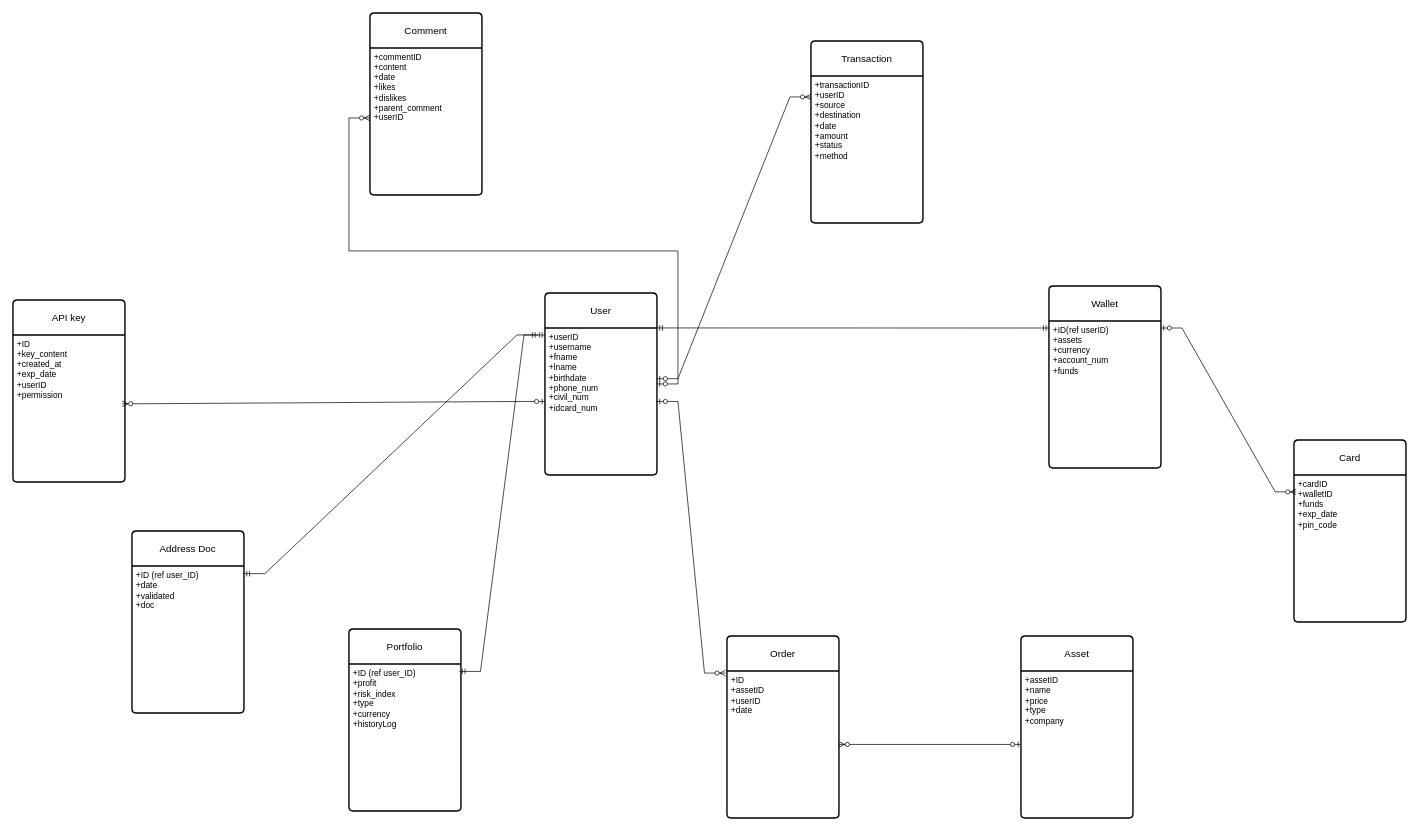
This is Логически модел.drawio from ThEMueA/dataModeling, a draw.io file, before an edit. Source tidied: cells renumbered, new cells numbered last; positions are measured from the earlier drawing's top-left corner, leaving out a move shared by most shapes. Both pictures are drawn from the tidied source at 70%, with x=0, y=0 at pixel (13, 13).
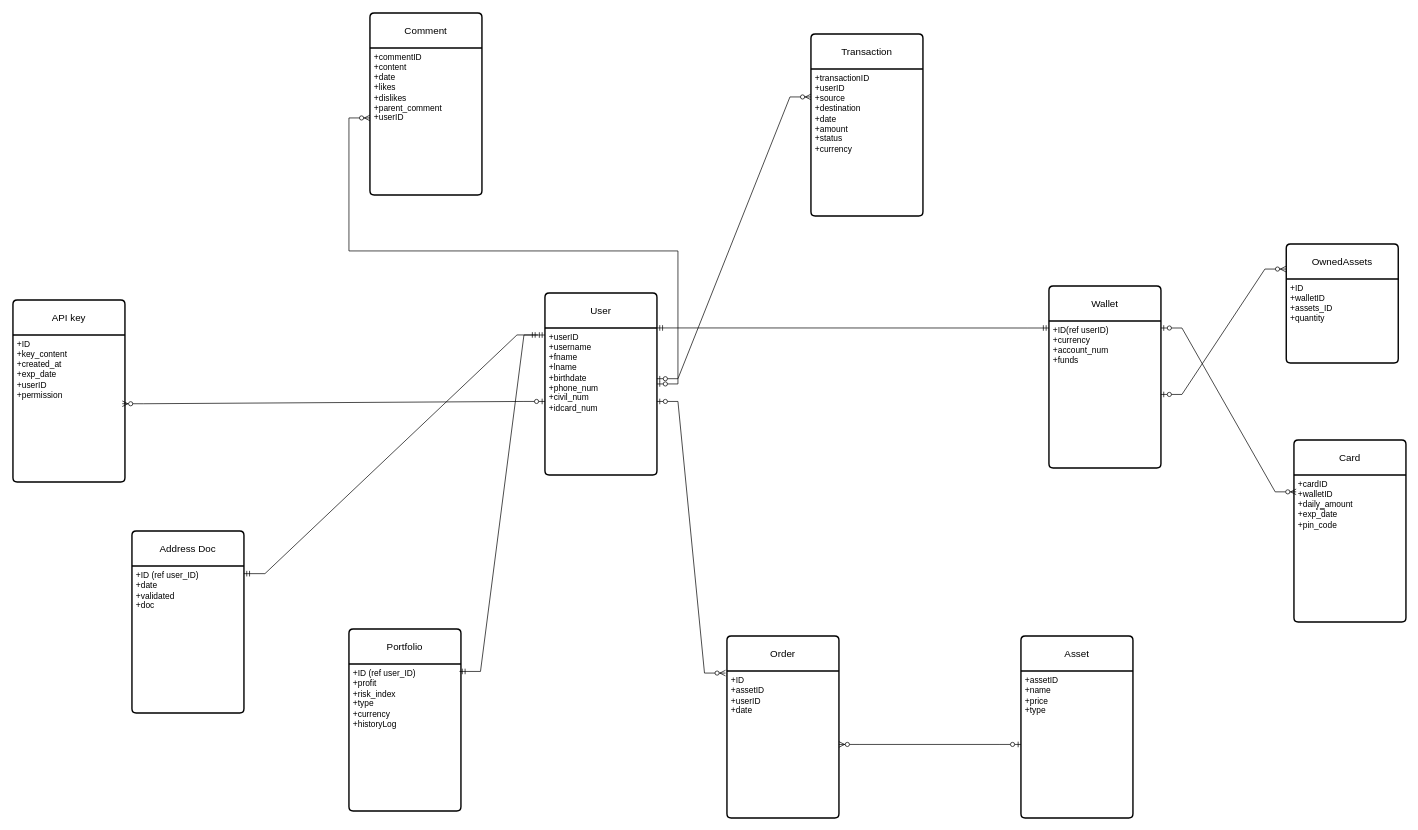
After the change.

The change refers to these unchanged cells:
```xml
<mxCell id="4" value="Wallet" style="swimlane;horizontal=1;startSize=50;rounded=1;fontSize=14;fontStyle=0;strokeWidth=2;shadow=0;dashed=0;align=center;arcSize=4;whiteSpace=wrap;html=1;" parent="1" vertex="1">
  <mxGeometry x="1480" y="390" width="160" height="260" as="geometry" />
</mxCell>
<mxCell id="10" value="Card" style="swimlane;horizontal=1;startSize=50;rounded=1;fontSize=14;fontStyle=0;strokeWidth=2;shadow=0;dashed=0;align=center;arcSize=4;whiteSpace=wrap;html=1;" parent="1" vertex="1">
  <mxGeometry x="1830" y="610" width="160" height="260" as="geometry" />
</mxCell>
<mxCell id="12" value="Asset" style="swimlane;horizontal=1;startSize=50;rounded=1;fontSize=14;fontStyle=0;strokeWidth=2;shadow=0;dashed=0;align=center;arcSize=4;whiteSpace=wrap;html=1;" parent="1" vertex="1">
  <mxGeometry x="1440" y="890" width="160" height="260" as="geometry" />
</mxCell>
```

What changed in the source:
```diff
@@
-    <mxCell id="5" value="+ID(ref userID)&lt;div&gt;+assets&lt;br&gt;+currency&lt;/div&gt;&lt;div&gt;+account_num&lt;/div&gt;&lt;div&gt;+funds&lt;br&gt;&lt;div&gt;&lt;br&gt;&lt;/div&gt;&lt;/div&gt;" style="align=left;strokeColor=none;fillColor=none;spacingLeft=4;spacingRight=4;fontSize=12;verticalAlign=top;html=1;whiteSpace=wrap;" parent="4" vertex="1">
+    <mxCell id="5" value="+ID(ref userID)&lt;div&gt;+currency&lt;/div&gt;&lt;div&gt;+account_num&lt;/div&gt;&lt;div&gt;+funds&lt;br&gt;&lt;div&gt;&lt;br&gt;&lt;/div&gt;&lt;/div&gt;" style="align=left;strokeColor=none;fillColor=none;spacingLeft=4;spacingRight=4;fontSize=12;verticalAlign=top;html=1;whiteSpace=wrap;" parent="4" vertex="1">
       <mxGeometry y="50" width="160" height="210" as="geometry" />
     </mxCell>
@@
-    <mxCell id="11" value="+cardID&lt;br&gt;+walletID&lt;div&gt;+funds&lt;/div&gt;&lt;div&gt;+exp_date&lt;/div&gt;&lt;div&gt;+pin_code&lt;br&gt;&lt;div&gt;&lt;br&gt;&lt;/div&gt;&lt;/div&gt;" style="align=left;strokeColor=none;fillColor=none;spacingLeft=4;spacingRight=4;fontSize=12;verticalAlign=top;html=1;whiteSpace=wrap;" parent="10" vertex="1">
+    <mxCell id="11" value="+cardID&lt;br&gt;+walletID&lt;div&gt;+daily_amount&lt;br&gt;&lt;div&gt;&lt;div&gt;+exp_date&lt;/div&gt;&lt;div&gt;+pin_code&lt;br&gt;&lt;div&gt;&lt;br&gt;&lt;/div&gt;&lt;/div&gt;&lt;/div&gt;&lt;/div&gt;" style="align=left;strokeColor=none;fillColor=none;spacingLeft=4;spacingRight=4;fontSize=12;verticalAlign=top;html=1;whiteSpace=wrap;" parent="10" vertex="1">
       <mxGeometry y="50" width="160" height="210" as="geometry" />
     </mxCell>
@@
-    <mxCell id="13" value="+assetID&lt;br&gt;+name&lt;br&gt;+price&lt;div&gt;+type&lt;/div&gt;&lt;div&gt;+company&lt;/div&gt;&lt;div&gt;&lt;br&gt;&lt;div&gt;&lt;br&gt;&lt;/div&gt;&lt;/div&gt;" style="align=left;strokeColor=none;fillColor=none;spacingLeft=4;spacingRight=4;fontSize=12;verticalAlign=top;html=1;whiteSpace=wrap;" parent="12" vertex="1">
+    <mxCell id="13" value="+assetID&lt;br&gt;+name&lt;br&gt;+price&lt;div&gt;+type&lt;/div&gt;&lt;div&gt;&lt;br&gt;&lt;/div&gt;&lt;div&gt;&lt;br&gt;&lt;div&gt;&lt;br&gt;&lt;/div&gt;&lt;/div&gt;" style="align=left;strokeColor=none;fillColor=none;spacingLeft=4;spacingRight=4;fontSize=12;verticalAlign=top;html=1;whiteSpace=wrap;" parent="12" vertex="1">
       <mxGeometry y="50" width="160" height="210" as="geometry" />
     </mxCell>
@@
     <mxCell id="16" value="Transaction" style="swimlane;horizontal=1;startSize=50;rounded=1;fontSize=14;fontStyle=0;strokeWidth=2;shadow=0;dashed=0;align=center;arcSize=4;whiteSpace=wrap;html=1;" parent="1" vertex="1">
-      <mxGeometry x="1140" y="40" width="160" height="260" as="geometry" />
+      <mxGeometry x="1140" y="30" width="160" height="260" as="geometry" />
     </mxCell>
-    <mxCell id="17" value="+transactionID&lt;br&gt;+userID&lt;div&gt;+source&lt;br&gt;+destination&lt;div&gt;+date&lt;/div&gt;&lt;div&gt;+amount&lt;/div&gt;&lt;div&gt;+status&lt;/div&gt;&lt;div&gt;+method&lt;br&gt;&lt;div&gt;&lt;br&gt;&lt;/div&gt;&lt;/div&gt;&lt;/div&gt;" style="align=left;strokeColor=none;fillColor=none;spacingLeft=4;spacingRight=4;fontSize=12;verticalAlign=top;html=1;whiteSpace=wrap;" parent="16" vertex="1">
+    <mxCell id="17" value="+transactionID&lt;br&gt;+userID&lt;div&gt;+source&lt;br&gt;+destination&lt;div&gt;+date&lt;/div&gt;&lt;div&gt;+amount&lt;/div&gt;&lt;div&gt;+status&lt;/div&gt;&lt;div&gt;+currency&lt;br&gt;&lt;div&gt;&lt;br&gt;&lt;/div&gt;&lt;/div&gt;&lt;/div&gt;" style="align=left;strokeColor=none;fillColor=none;spacingLeft=4;spacingRight=4;fontSize=12;verticalAlign=top;html=1;whiteSpace=wrap;" parent="16" vertex="1">
       <mxGeometry y="50" width="160" height="210" as="geometry" />
     </mxCell>
@@
+    <mxCell id="31" value="OwnedAssets" style="swimlane;horizontal=1;startSize=50;rounded=1;fontSize=14;fontStyle=0;strokeWidth=2;shadow=0;dashed=0;align=center;arcSize=4;whiteSpace=wrap;html=1;" parent="1" vertex="1">
+      <mxGeometry x="1819" y="330" width="160" height="170" as="geometry" />
+    </mxCell>
+    <mxCell id="32" value="&lt;div&gt;+ID&lt;/div&gt;+walletID&lt;div&gt;+assets_ID&lt;/div&gt;&lt;div&gt;+quantity&lt;/div&gt;&lt;div&gt;&lt;br&gt;&lt;/div&gt;&lt;div&gt;&lt;br&gt;&lt;div&gt;&lt;br&gt;&lt;/div&gt;&lt;/div&gt;" style="align=left;strokeColor=none;fillColor=none;spacingLeft=4;spacingRight=4;fontSize=12;verticalAlign=top;html=1;whiteSpace=wrap;" parent="31" vertex="1">
+      <mxGeometry y="50" width="160" height="120" as="geometry" />
+    </mxCell>
+    <mxCell id="33" style="edgeStyle=entityRelationEdgeStyle;fontSize=12;html=1;endArrow=ERzeroToMany;startArrow=ERzeroToOne;rounded=0;entryX=-0.003;entryY=0.211;entryDx=0;entryDy=0;entryPerimeter=0;" parent="1" edge="1" source="5" target="31">
+      <mxGeometry relative="1" as="geometry" />
+    </mxCell>
```
